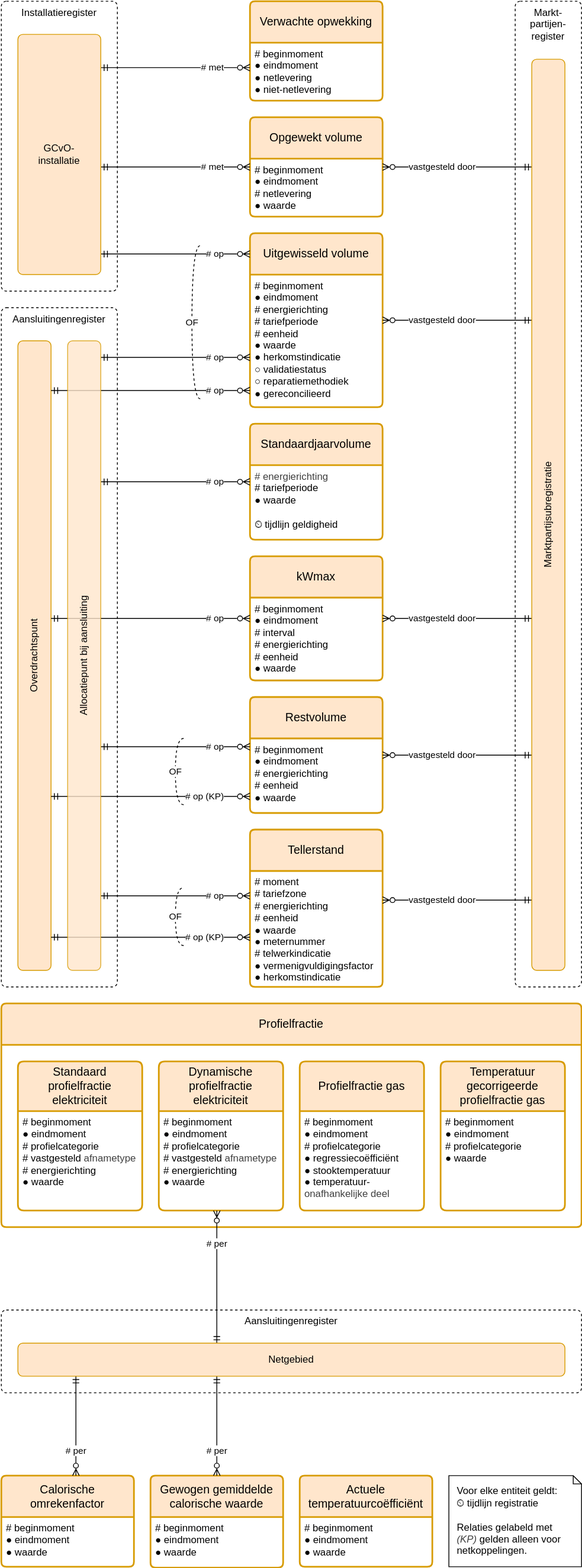
Above: registers/energie-uitwisselingsregister/1.4/energie-uitwisselingsregister.drawio.svg in Netbeheer-Nederland/stelsel (draw.io), before the change. Source tidied: cells renumbered, new cells last; positions are measured from the earlier drawing's top-left corner, leaving out a move shared by most shapes.
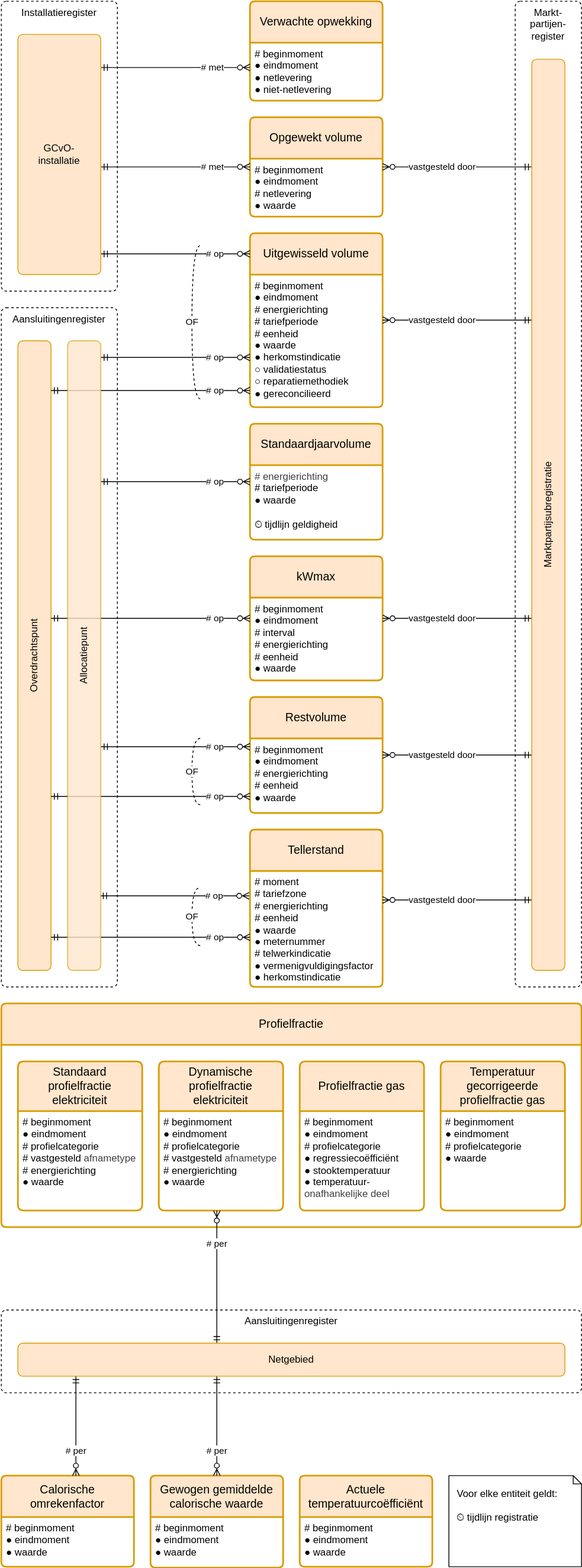
Later version of the same file.

Commit message:
marktpartijen en standaardjaarvolume op netkoppelingen

Change to the diagram source:
```diff
@@ -29,10 +29,12 @@
     <mxCell id="10" value="&lt;div&gt;&lt;font color=&quot;#000000&quot;&gt;# beginmoment&lt;/font&gt;&lt;/div&gt;&lt;span style=&quot;background-color: transparent;&quot;&gt;&lt;font color=&quot;#000000&quot;&gt;● eindmoment&lt;/font&gt;&lt;/span&gt;&lt;div&gt;# energierichting&lt;br style=&quot;border-color: var(--border-color);&quot;&gt;# tariefperiode&lt;br&gt;# eenheid&lt;br&gt;● waarde&lt;br style=&quot;border-color: var(--border-color);&quot;&gt;● herkomstindicatie&lt;br&gt;○&amp;nbsp;validatiestatus&lt;br&gt;○ reparatiemethodiek&lt;br&gt;● gereconcilieerd&lt;/div&gt;" style="align=left;strokeColor=none;fillColor=none;spacingLeft=4;fontSize=12;verticalAlign=top;html=1;" parent="9" vertex="1">
       <mxGeometry y="50" width="160" height="160" as="geometry" />
     </mxCell>
-    <mxCell id="11" value="# op" style="rounded=0;jettySize=auto;html=1;endArrow=ERmandOne;endFill=0;startArrow=ERzeroToMany;startFill=0;align=right;edgeStyle=elbowEdgeStyle;elbow=vertical;" parent="1" edge="1" source="7" target="62">
+    <mxCell id="11" value="# op" style="rounded=0;orthogonalLoop=1;jettySize=auto;html=1;endArrow=ERmandOne;endFill=0;startArrow=ERzeroToMany;startFill=0;align=right;edgeStyle=elbowEdgeStyle;elbow=vertical;" parent="1" edge="1">
       <mxGeometry x="-0.67" relative="1" as="geometry">
+        <mxPoint x="299" y="1080" as="sourcePoint" />
+        <mxPoint x="119" y="1080" as="targetPoint" />
         <Array as="points">
-          <mxPoint x="210" y="1080" />
+          <mxPoint x="209" y="1080" />
         </Array>
       </mxGeometry>
     </mxCell>
@@ -84,14 +86,14 @@
         </Array>
       </mxGeometry>
     </mxCell>
-    <mxCell id="23" value="# op (KP)" style="endArrow=ERmandOne;html=1;rounded=0;endFill=0;startArrow=ERzeroToMany;startFill=0;edgeStyle=elbowEdgeStyle;align=right;elbow=vertical;" parent="1" edge="1" source="13" target="4">
+    <mxCell id="23" value="# op" style="endArrow=ERmandOne;html=1;rounded=0;endFill=0;startArrow=ERzeroToMany;startFill=0;edgeStyle=elbowEdgeStyle;align=right;elbow=vertical;" parent="1" edge="1" source="13" target="4">
       <mxGeometry x="-0.75" relative="1" as="geometry">
         <Array as="points">
           <mxPoint x="170" y="960" />
         </Array>
       </mxGeometry>
     </mxCell>
-    <mxCell id="24" value="Voor elke entiteit geldt:&lt;br&gt;&lt;span style=&quot;&quot;&gt;⏲&amp;nbsp;tijdlijn registratie&lt;/span&gt;&lt;div&gt;&lt;span style=&quot;&quot;&gt;&lt;br&gt;&lt;/span&gt;&lt;/div&gt;&lt;div&gt;&lt;span style=&quot;color: rgb(0, 0, 0);&quot;&gt;Relaties gelabeld met&amp;nbsp;&lt;/span&gt;&lt;i style=&quot;color: rgb(63, 63, 63); scrollbar-color: rgb(226, 226, 226) rgb(251, 251, 251);&quot;&gt;(KP)&lt;/i&gt;&lt;span style=&quot;color: rgb(0, 0, 0);&quot;&gt;&amp;nbsp;gelden alleen voor netkoppelingen.&lt;/span&gt;&lt;span style=&quot;&quot;&gt;&lt;/span&gt;&lt;/div&gt;" style="shape=note;whiteSpace=wrap;html=1;backgroundOutline=1;darkOpacity=0.05;align=left;size=10;spacing=10;" parent="1" vertex="1">
+    <mxCell id="24" value="&lt;font&gt;Voor elke entiteit geldt:&lt;/font&gt;&lt;div&gt;&lt;font&gt;&lt;font&gt;&lt;br&gt;&lt;/font&gt;&lt;span style=&quot;&quot;&gt;⏲&amp;nbsp;tijdlijn registratie&lt;/span&gt;&lt;/font&gt;&lt;/div&gt;" style="shape=note;whiteSpace=wrap;html=1;backgroundOutline=1;darkOpacity=0.05;align=left;size=10;spacing=10;verticalAlign=top;" parent="1" vertex="1">
       <mxGeometry x="540" y="1780" width="160" height="110" as="geometry" />
     </mxCell>
     <mxCell id="25" value="Opgewekt volume" style="swimlane;horizontal=1;startSize=50;rounded=1;fontSize=14;fontStyle=0;strokeWidth=2;shadow=0;dashed=0;align=center;arcSize=4;fillColor=#ffe6cc;strokeColor=#d79b00;whiteSpace=wrap;html=1;" parent="1" vertex="1">
@@ -110,7 +112,7 @@
         </Array>
       </mxGeometry>
     </mxCell>
-    <mxCell id="29" value="# op (KP)" style="rounded=0;jettySize=auto;html=1;endArrow=ERmandOne;endFill=0;startArrow=ERzeroToMany;startFill=0;align=right;edgeStyle=elbowEdgeStyle;elbow=vertical;" parent="1" edge="1" source="7" target="4">
+    <mxCell id="29" value="# op" style="rounded=0;jettySize=auto;html=1;endArrow=ERmandOne;endFill=0;startArrow=ERzeroToMany;startFill=0;align=right;edgeStyle=elbowEdgeStyle;elbow=vertical;" parent="1" edge="1" source="7" target="4">
       <mxGeometry x="-0.75" relative="1" as="geometry">
         <Array as="points">
           <mxPoint x="190" y="1130" />
@@ -131,11 +133,11 @@
     </mxCell>
     <mxCell id="34" value="OF" style="endArrow=none;dashed=1;html=1;rounded=0;edgeStyle=orthogonalEdgeStyle;curved=1;" parent="1" edge="1">
       <mxGeometry relative="1" as="geometry">
-        <mxPoint x="220" y="970" as="sourcePoint" />
-        <mxPoint x="220" y="890" as="targetPoint" />
+        <mxPoint x="240" y="970" as="sourcePoint" />
+        <mxPoint x="240" y="890" as="targetPoint" />
         <Array as="points">
-          <mxPoint x="210" y="970" />
-          <mxPoint x="210" y="890" />
+          <mxPoint x="230" y="970" />
+          <mxPoint x="230" y="890" />
         </Array>
       </mxGeometry>
     </mxCell>
@@ -228,16 +230,16 @@
     <mxCell id="61" value="Netgebied" style="rounded=1;arcSize=12;whiteSpace=wrap;html=1;align=center;fillColor=#ffe6cc;strokeColor=#d79b00;absoluteArcSize=1;" parent="1" vertex="1">
       <mxGeometry x="20" y="1620" width="660" height="40" as="geometry" />
     </mxCell>
-    <mxCell id="62" value="Allocatiepunt bij aansluiting" style="rounded=1;arcSize=12;whiteSpace=wrap;html=1;align=center;fillColor=#ffe6cc;strokeColor=#d79b00;opacity=80;spacing=10;absoluteArcSize=1;horizontal=0;" parent="1" vertex="1">
+    <mxCell id="62" value="Allocatiepunt" style="rounded=1;arcSize=12;whiteSpace=wrap;html=1;align=center;fillColor=#ffe6cc;strokeColor=#d79b00;opacity=80;spacing=10;absoluteArcSize=1;horizontal=0;" parent="1" vertex="1">
       <mxGeometry x="80" y="410" width="40" height="760" as="geometry" />
     </mxCell>
     <mxCell id="63" value="OF" style="endArrow=none;dashed=1;html=1;rounded=0;edgeStyle=orthogonalEdgeStyle;curved=1;" parent="1" edge="1">
       <mxGeometry relative="1" as="geometry">
-        <mxPoint x="220" y="1140" as="sourcePoint" />
-        <mxPoint x="220" y="1070" as="targetPoint" />
+        <mxPoint x="240" y="1140" as="sourcePoint" />
+        <mxPoint x="240" y="1070" as="targetPoint" />
         <Array as="points">
-          <mxPoint x="210" y="1140" />
-          <mxPoint x="210" y="1070" />
+          <mxPoint x="230" y="1140" />
+          <mxPoint x="230" y="1070" />
         </Array>
       </mxGeometry>
     </mxCell>
```
